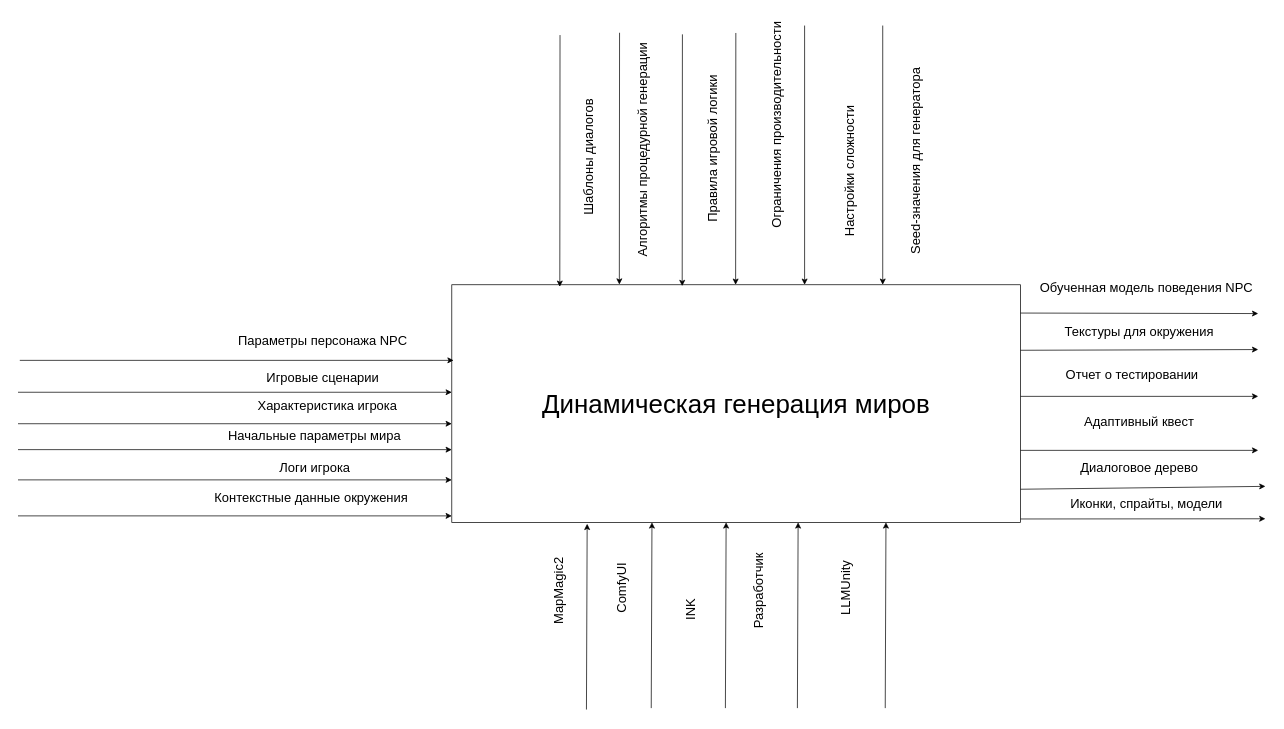
This is IDEF0.drawio from Slavik993/Diplom_Shebanov_2026, a draw.io file, before an edit. Source tidied: cells renumbered, new cells numbered last; positions are measured from the earlier drawing's top-left corner, leaving out a move shared by most shapes. Both pictures are drawn from the tidied source at 72%, with x=0, y=0 at pixel (18, 25).
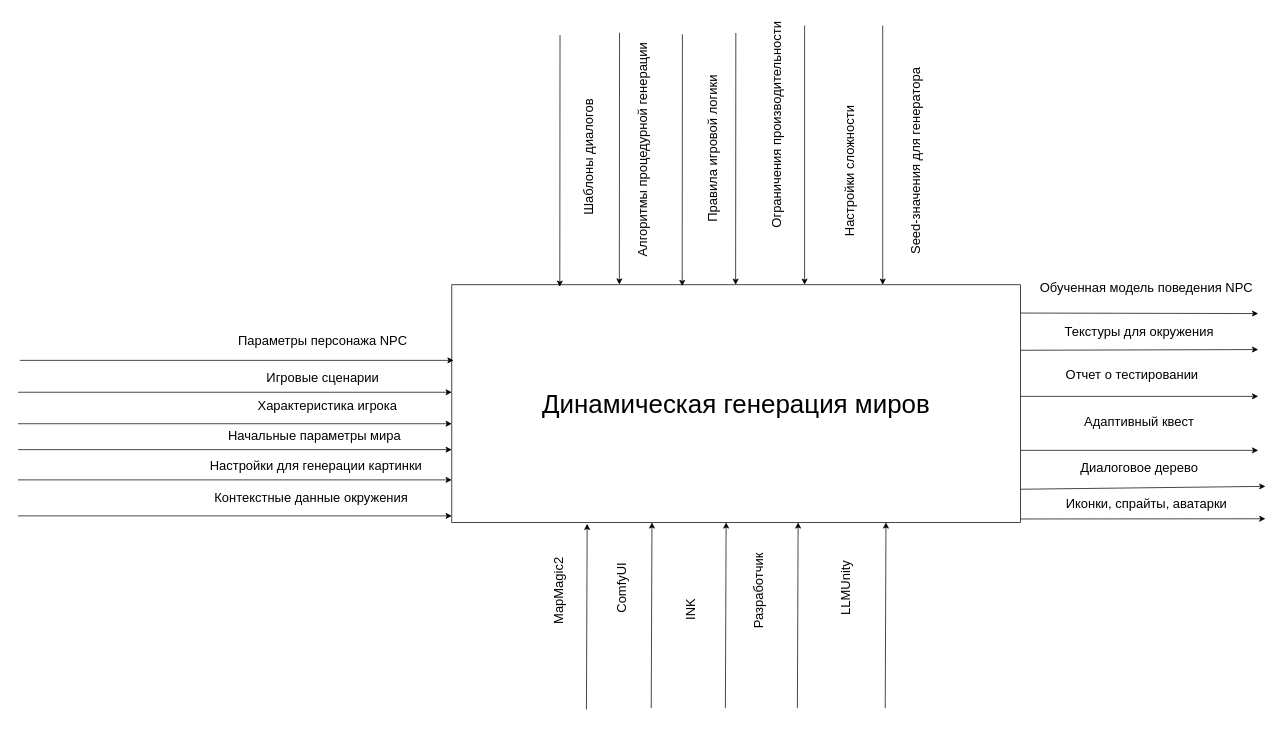
After the change.

The edit, as a diff of the source:
```diff
@@
-    <mxCell id="13" value="&lt;span style=&quot;font-size: 18px;&quot;&gt;Логи игрока&lt;/span&gt;" style="text;html=1;align=center;verticalAlign=middle;whiteSpace=wrap;rounded=0;" parent="1" vertex="1">
-      <mxGeometry x="322" y="589" width="180" height="50" as="geometry" />
+    <mxCell id="13" value="&lt;span style=&quot;font-size: 18px;&quot;&gt;Настройки для генерации картинки&lt;/span&gt;" style="text;html=1;align=center;verticalAlign=middle;whiteSpace=wrap;rounded=0;" parent="1" vertex="1">
+      <mxGeometry x="260" y="587" width="307" height="50" as="geometry" />
     </mxCell>
@@
-    <mxCell id="26" value="&lt;span style=&quot;font-size: 18px;&quot;&gt;Иконки, спрайты, модели&lt;/span&gt;" style="text;html=1;align=center;verticalAlign=middle;whiteSpace=wrap;rounded=0;" parent="1" vertex="1">
+    <mxCell id="26" value="&lt;span style=&quot;font-size: 18px;&quot;&gt;Иконки, спрайты, аватарки&lt;/span&gt;" style="text;html=1;align=center;verticalAlign=middle;whiteSpace=wrap;rounded=0;" parent="1" vertex="1">
       <mxGeometry x="1422" y="640" width="290" height="50" as="geometry" />
     </mxCell>
```
